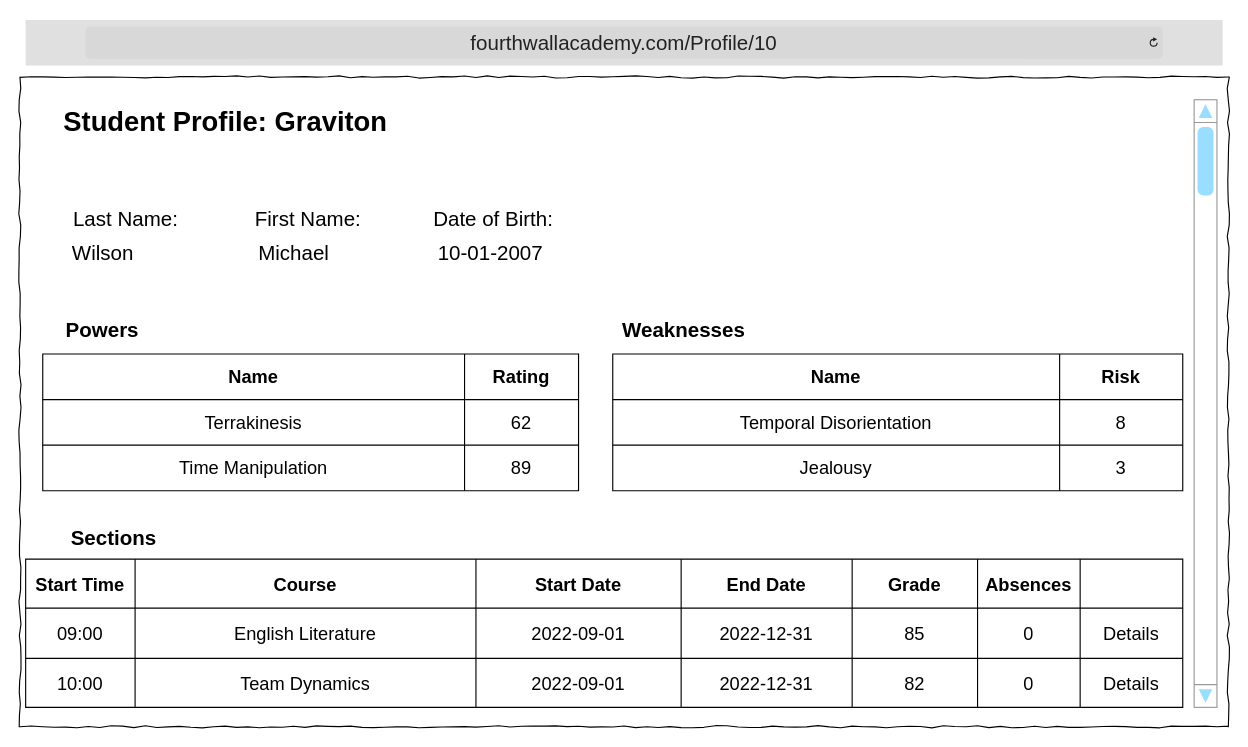
Earlier version of the draw.io diagram DesignDocument/Wireframes/4thWallAcademy_Students_Profile.drawio (TRed91/4thWallAcademy). Source tidied: cells renumbered, new cells numbered last; positions are measured from the earlier drawing's top-left corner, leaving out a move shared by most shapes. Both pictures are drawn from the tidied source at 114%, with x=0, y=0 at pixel (19, 19).
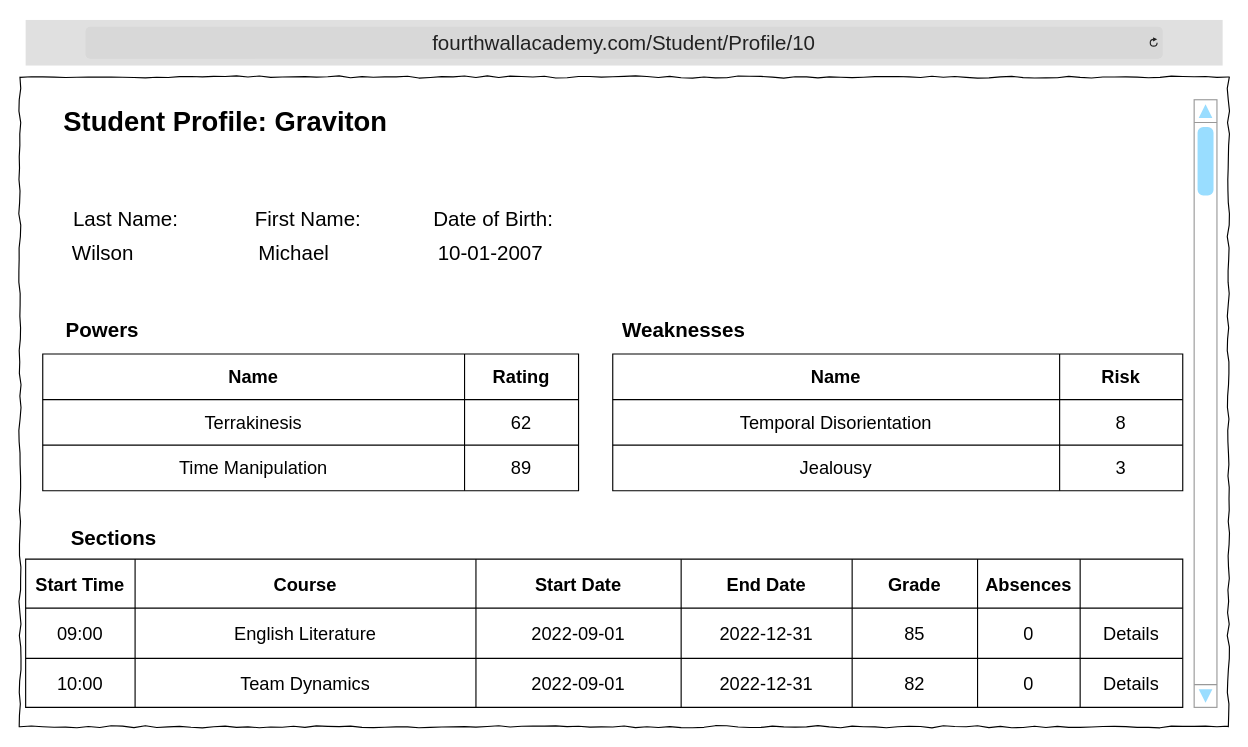
The same diagram, later.

Diff of the diagram source:
```diff
@@
-    <mxCell id="3" value="&lt;font style=&quot;font-size: 18px;&quot;&gt;fourthwallacademy.com/Profile/10&lt;/font&gt;" style="html=1;strokeWidth=1;shadow=0;dashed=0;shape=mxgraph.ios7ui.url;fillColor=#e0e0e0;strokeColor=#c0c0c0;buttonText=;strokeColor2=#222222;fontColor=#222222;fontSize=8;spacingTop=2;align=center;whiteSpace=wrap;" parent="1" vertex="1">
+    <mxCell id="3" value="&lt;font style=&quot;font-size: 18px;&quot;&gt;fourthwallacademy.com/Student/Profile/10&lt;/font&gt;" style="html=1;strokeWidth=1;shadow=0;dashed=0;shape=mxgraph.ios7ui.url;fillColor=#e0e0e0;strokeColor=#c0c0c0;buttonText=;strokeColor2=#222222;fontColor=#222222;fontSize=8;spacingTop=2;align=center;whiteSpace=wrap;" parent="1" vertex="1">
       <mxGeometry x="5" width="1050" height="40" as="geometry" />
     </mxCell>
```
